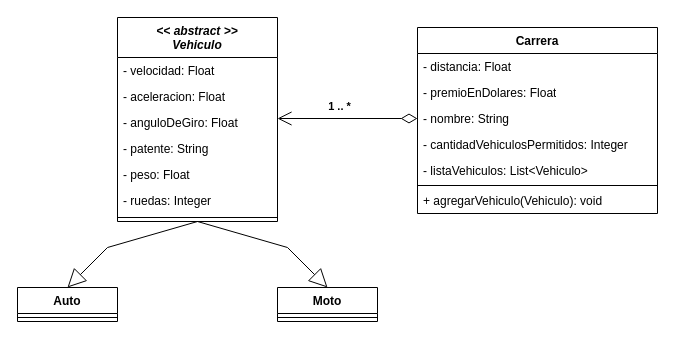
Earlier version of the draw.io diagram 02-MODULE-JAVA/05-EJERCICIOS-INTEGRADORES/dakar/diagrama-clases.drawio (faacosta/IT-BOOTCAMP). Source tidied: cells renumbered, new cells numbered last; positions are measured from the earlier drawing's top-left corner, leaving out a move shared by most shapes. Both pictures are drawn from the tidied source at 100%, with x=0, y=0 at pixel (17, 17).
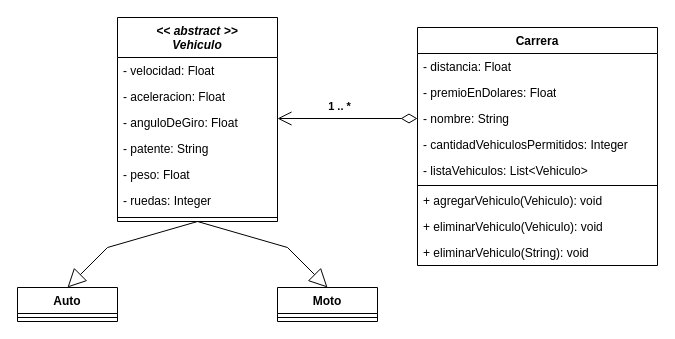
After the change.

Commit message:
Agrego métodos para eliminar vehiculos

What changed in the source:
```diff
@@
     <mxCell id="10" value="Carrera" style="swimlane;fontStyle=1;align=center;verticalAlign=top;horizontal=1;startSize=26;whiteSpace=wrap;html=1;" parent="1" vertex="1">
-      <mxGeometry x="400" y="10" width="240" height="186" as="geometry" />
+      <mxGeometry x="400" y="10" width="240" height="238" as="geometry" />
     </mxCell>
@@
+    <mxCell id="26" value="+ eliminarVehiculo(Vehiculo): void" style="text;strokeColor=none;fillColor=none;align=left;verticalAlign=top;spacingLeft=4;spacingRight=4;overflow=hidden;whiteSpace=wrap;html=1;" parent="10" vertex="1">
+      <mxGeometry y="186" width="240" height="26" as="geometry" />
+    </mxCell>
+    <mxCell id="27" value="+ eliminarVehiculo(String): void" style="text;strokeColor=none;fillColor=none;align=left;verticalAlign=top;spacingLeft=4;spacingRight=4;overflow=hidden;whiteSpace=wrap;html=1;" parent="10" vertex="1">
+      <mxGeometry y="212" width="240" height="26" as="geometry" />
+    </mxCell>
```
